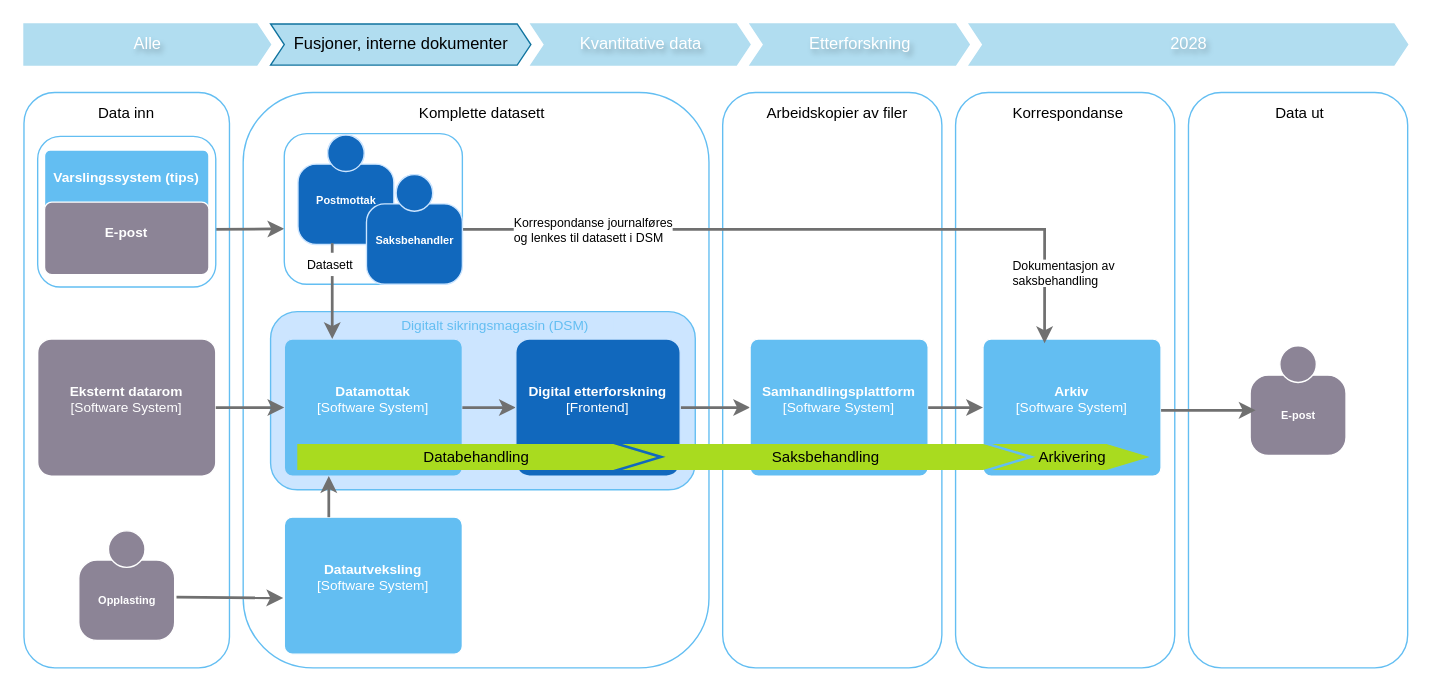
mortenee/draw.io keeps this draw.io diagram as page "2026 Fusjoner, interne dokumenter" (2 of 8) of dataflyt.drawio. Above is the earlier version. Source tidied: cells renumbered, new cells numbered last; positions are measured from the earlier drawing's top-left corner, leaving out a move shared by most shapes. Both pictures are drawn from the tidied source at 137%, with x=0, y=0 at pixel (23, 23).
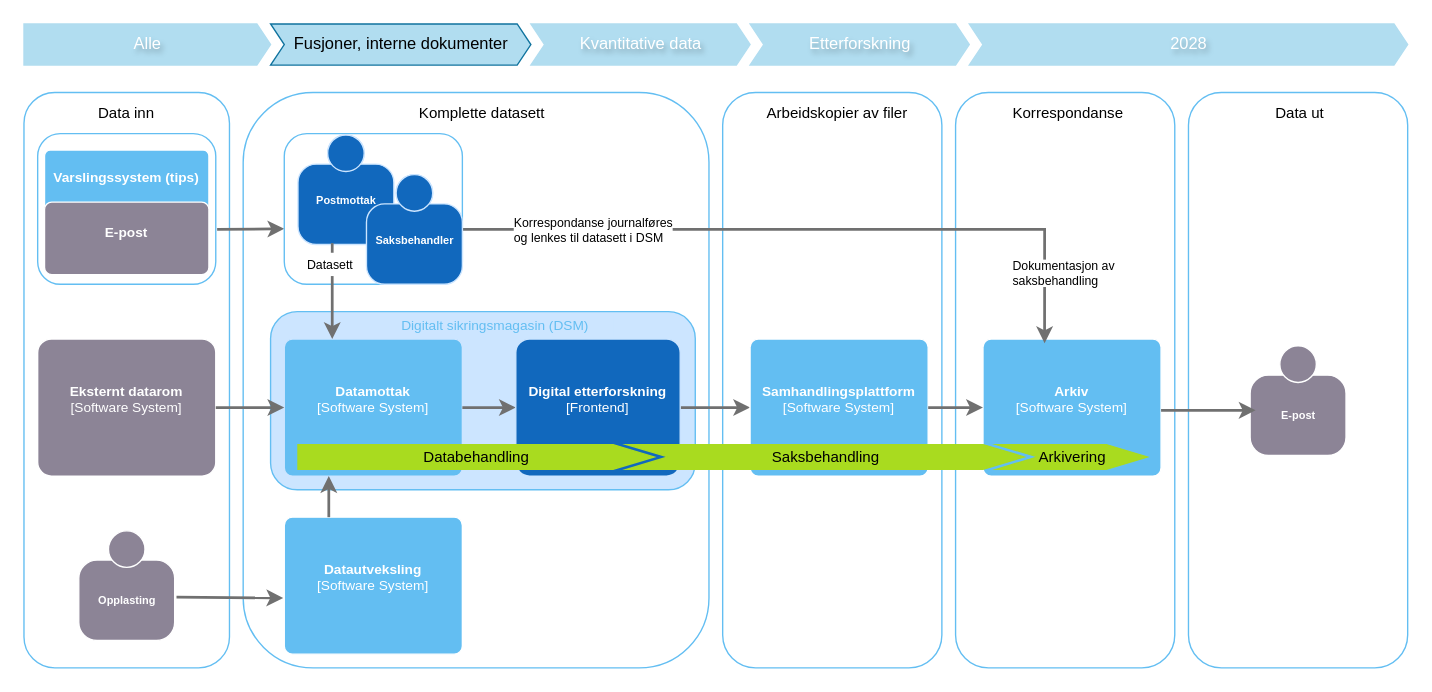
After the change.

Unchanged cells that the change refers to:
```xml
<mxCell id="37" style="rounded=1;whiteSpace=wrap;html=1;labelBorderColor=none;shadow=0;strokeColor=#63BEF2;" parent="1" vertex="1">
  <mxGeometry x="190" y="80" width="130" height="110" as="geometry" />
</mxCell>
```

Change to the diagram source:
```diff
@@
-    <mxCell id="33" style="edgeStyle=none;rounded=0;jettySize=auto;html=1;strokeColor=#707070;strokeWidth=2;fontColor=#707070;entryX=0;entryY=0.632;entryDx=0;entryDy=0;entryPerimeter=0;exitX=0.969;exitY=0.618;exitDx=0;exitDy=0;exitPerimeter=0;" parent="1" edge="1" source="38" target="37">
-      <mxGeometry relative="1" as="geometry" />
+    <mxCell id="33" style="edgeStyle=none;rounded=0;jettySize=auto;html=1;strokeColor=#707070;strokeWidth=2;fontColor=#707070;entryX=0;entryY=0.632;entryDx=0;entryDy=0;entryPerimeter=0;" parent="1" edge="1" target="37">
+      <mxGeometry relative="1" as="geometry">
+        <mxPoint x="141" y="150" as="sourcePoint" />
+      </mxGeometry>
     </mxCell>
@@
     <mxCell id="38" style="rounded=1;whiteSpace=wrap;html=1;labelBorderColor=none;shadow=0;strokeColor=#63BEF2;" parent="1" vertex="1">
-      <mxGeometry x="10" y="82" width="130" height="110" as="geometry" />
+      <mxGeometry x="10" y="80" width="130" height="110" as="geometry" />
     </mxCell>
```
